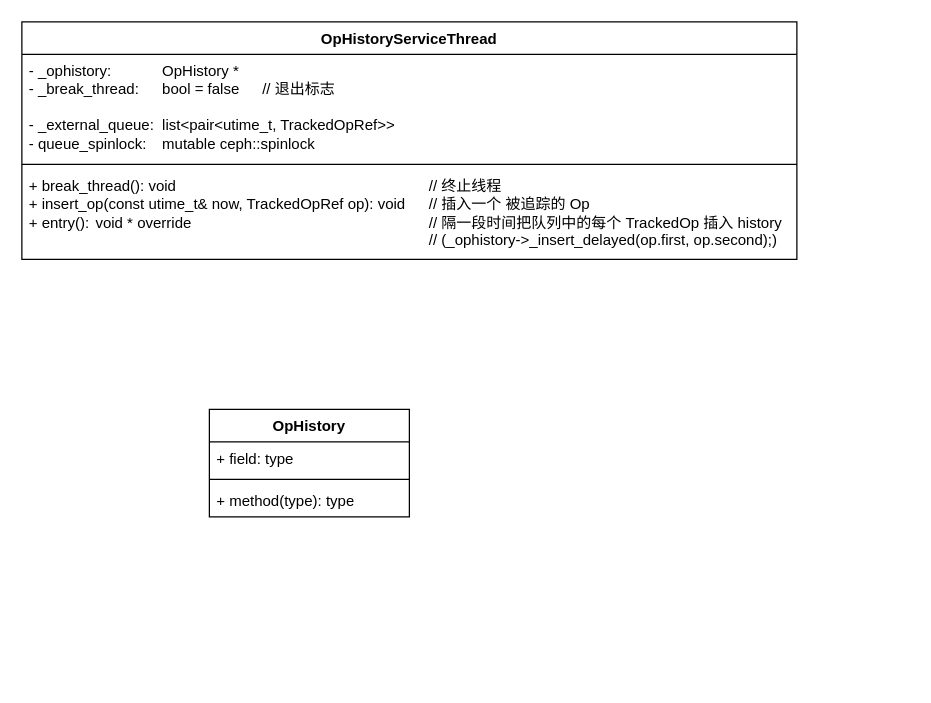
Above: OpTracker.drawio in 1253757553/drawIO (draw.io), before the change. Source tidied: cells renumbered, new cells numbered last; positions are measured from the earlier drawing's top-left corner, leaving out a move shared by most shapes. Both pictures are drawn from the tidied source at 125%, with x=0, y=0 at pixel (21, 21).
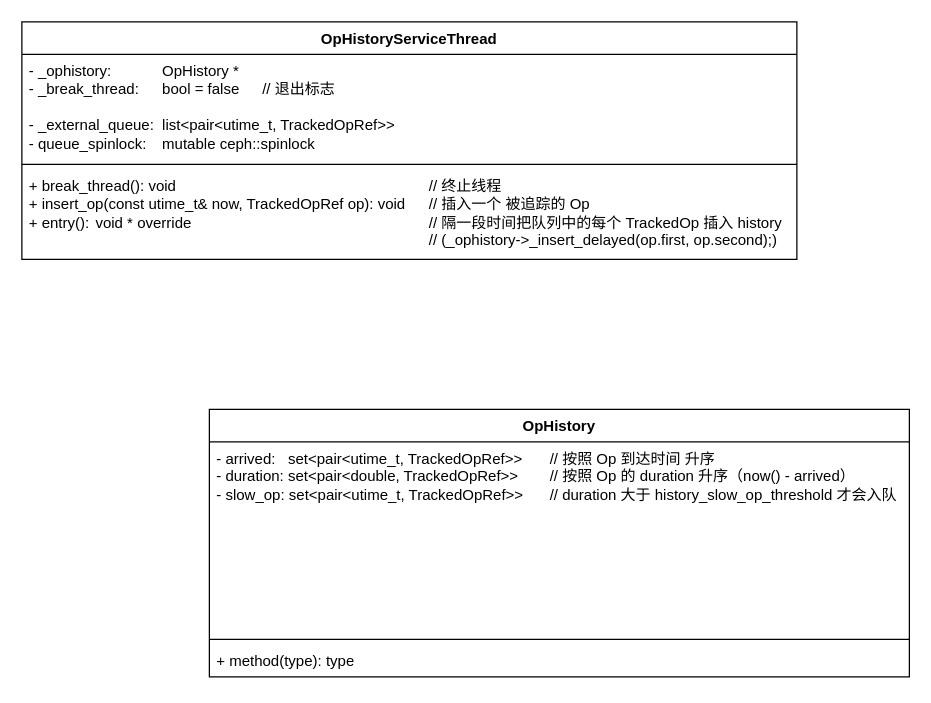
The same diagram, later.

The edit, as a diff of the source:
```diff
@@
 <mxGraphModel>
   <root>
     <mxCell id="0" />
     <mxCell id="1" parent="0" />
     <mxCell id="2" value="OpHistoryServiceThread" style="swimlane;fontStyle=1;align=center;verticalAlign=top;horizontal=1;startSize=26;whiteSpace=wrap;html=1;" parent="1" vertex="1">
       <mxGeometry width="620" height="190" as="geometry" />
     </mxCell>
     <mxCell id="3" value="- _ophistory: &lt;span style=&quot;white-space: pre;&quot;&gt;&#9;&lt;/span&gt;&lt;span style=&quot;white-space: pre;&quot;&gt;&#9;&lt;/span&gt;OpHistory *&lt;div&gt;-&amp;nbsp;_break_thread: &lt;span style=&quot;white-space: pre;&quot;&gt;&#9;&lt;/span&gt;bool = false&lt;span style=&quot;white-space: pre;&quot;&gt;&#9;&lt;/span&gt;// 退出标志&lt;/div&gt;&lt;div&gt;&lt;br&gt;&lt;/div&gt;&lt;div&gt;-&amp;nbsp;_external_queue:&amp;nbsp;&lt;span style=&quot;white-space: pre;&quot;&gt;&#9;&lt;/span&gt;list&amp;lt;pair&amp;lt;utime_t, TrackedOpRef&amp;gt;&amp;gt;&lt;/div&gt;&lt;div&gt;-&amp;nbsp;queue_spinlock:&amp;nbsp;&lt;span style=&quot;white-space: pre;&quot;&gt;&#9;&lt;/span&gt;mutable ceph::spinlock&lt;/div&gt;" style="text;strokeColor=none;fillColor=none;align=left;verticalAlign=top;spacingLeft=4;spacingRight=4;overflow=hidden;whiteSpace=wrap;html=1;" parent="2" vertex="1">
       <mxGeometry y="26" width="620" height="84" as="geometry" />
     </mxCell>
     <mxCell id="4" style="line;strokeWidth=1;fillColor=none;align=left;verticalAlign=middle;spacingTop=-1;spacingLeft=3;spacingRight=3;labelPosition=right;strokeColor=inherit;" parent="2" vertex="1">
       <mxGeometry y="110" width="620" height="8" as="geometry" />
     </mxCell>
     <mxCell id="5" value="+ break_thread(): void&lt;span style=&quot;white-space: pre;&quot;&gt;&#9;&lt;span style=&quot;white-space: pre;&quot;&gt;&#9;&lt;/span&gt;&lt;span style=&quot;white-space: pre;&quot;&gt;&#9;&lt;/span&gt;&lt;span style=&quot;white-space: pre;&quot;&gt;&#9;&lt;/span&gt;&lt;span style=&quot;white-space: pre;&quot;&gt;&#9;&lt;/span&gt;&lt;span style=&quot;white-space: pre;&quot;&gt;&#9;&lt;/span&gt;&lt;span style=&quot;white-space: pre;&quot;&gt;&#9;&lt;/span&gt;&lt;span style=&quot;white-space: pre;&quot;&gt;&#9;&lt;/span&gt;&lt;/span&gt;// 终止线程&lt;div&gt;+ insert_op(const utime_t&amp;amp; now, TrackedOpRef op): void&lt;span style=&quot;white-space: pre;&quot;&gt;&#9;&lt;/span&gt;// 插入一个 被追踪的 Op&lt;/div&gt;&lt;div&gt;+&amp;nbsp;entry():&lt;span style=&quot;white-space: pre;&quot;&gt;&#9;&lt;/span&gt;&lt;span style=&quot;background-color: initial;&quot;&gt;void *&amp;nbsp;&lt;/span&gt;&lt;span style=&quot;background-color: initial;&quot;&gt;override&lt;span style=&quot;white-space: pre;&quot;&gt;&#9;&lt;span style=&quot;white-space: pre;&quot;&gt;&#9;&lt;/span&gt;&lt;span style=&quot;white-space: pre;&quot;&gt;&#9;&lt;/span&gt;&lt;span style=&quot;white-space: pre;&quot;&gt;&#9;&lt;/span&gt;&lt;span style=&quot;white-space: pre;&quot;&gt;&#9;&lt;/span&gt;&lt;span style=&quot;white-space: pre;&quot;&gt;&#9;&lt;/span&gt;&lt;span style=&quot;white-space: pre;&quot;&gt;&#9;&lt;/span&gt;&lt;span style=&quot;white-space: pre;&quot;&gt;&#9;&lt;/span&gt;&lt;/span&gt;// 隔一段时间把队列中的每个&amp;nbsp;&lt;/span&gt;&lt;span style=&quot;background-color: initial;&quot;&gt;TrackedOp 插入 history&amp;nbsp;&lt;/span&gt;&lt;/div&gt;&lt;div&gt;&lt;span style=&quot;background-color: initial;&quot;&gt;&lt;span style=&quot;white-space: pre;&quot;&gt;&#9;&lt;/span&gt;&lt;span style=&quot;white-space: pre;&quot;&gt;&#9;&lt;/span&gt;&lt;span style=&quot;white-space: pre;&quot;&gt;&#9;&lt;/span&gt;&lt;span style=&quot;white-space: pre;&quot;&gt;&#9;&lt;/span&gt;&lt;span style=&quot;white-space: pre;&quot;&gt;&#9;&lt;/span&gt;&lt;span style=&quot;white-space: pre;&quot;&gt;&#9;&lt;/span&gt;&lt;span style=&quot;white-space: pre;&quot;&gt;&#9;&lt;/span&gt;&lt;span style=&quot;white-space: pre;&quot;&gt;&#9;&lt;/span&gt;&lt;span style=&quot;white-space: pre;&quot;&gt;&#9;&lt;/span&gt;&lt;span style=&quot;white-space: pre;&quot;&gt;&#9;&lt;/span&gt;&lt;span style=&quot;white-space: pre;&quot;&gt;&#9;&lt;/span&gt;&lt;span style=&quot;white-space: pre;&quot;&gt;&#9;&lt;/span&gt;// (&lt;/span&gt;&lt;span style=&quot;background-color: initial;&quot;&gt;_ophistory-&amp;gt;_insert_delayed(op.first, op.second);)&lt;/span&gt;&lt;/div&gt;" style="text;strokeColor=none;fillColor=none;align=left;verticalAlign=top;spacingLeft=4;spacingRight=4;overflow=hidden;whiteSpace=wrap;html=1;" parent="2" vertex="1">
       <mxGeometry y="118" width="620" height="72" as="geometry" />
     </mxCell>
     <mxCell id="6" value="OpHistory" style="swimlane;fontStyle=1;align=center;verticalAlign=top;horizontal=1;startSize=26;whiteSpace=wrap;html=1;" parent="1" vertex="1">
-      <mxGeometry x="150" y="310" width="160" height="86" as="geometry" />
+      <mxGeometry x="150" y="310" width="560" height="214" as="geometry" />
     </mxCell>
-    <mxCell id="7" value="+ field: type" style="text;strokeColor=none;fillColor=none;align=left;verticalAlign=top;spacingLeft=4;spacingRight=4;overflow=hidden;whiteSpace=wrap;html=1;" parent="6" vertex="1">
-      <mxGeometry y="26" width="160" height="26" as="geometry" />
+    <mxCell id="7" value="- arrived:&amp;nbsp; &amp;nbsp;set&amp;lt;pair&amp;lt;utime_t, TrackedOpRef&amp;gt;&amp;gt;&lt;span style=&quot;white-space: pre;&quot;&gt;&#9;&lt;/span&gt;// 按照 Op 到达时间 升序&lt;div&gt;- duration:&amp;nbsp;set&amp;lt;pair&amp;lt;double, TrackedOpRef&amp;gt;&amp;gt;&amp;nbsp;&lt;span style=&quot;white-space: pre;&quot;&gt;&#9;&lt;/span&gt;&lt;span style=&quot;background-color: initial;&quot;&gt;//&amp;nbsp;&lt;/span&gt;&lt;span style=&quot;background-color: initial;&quot;&gt;按&lt;/span&gt;&lt;span style=&quot;background-color: initial;&quot;&gt;照 Op 的 duration&amp;nbsp;&lt;/span&gt;&lt;span style=&quot;background-color: initial;&quot;&gt;升序（now() - arrived）&lt;/span&gt;&lt;/div&gt;&lt;div&gt;&lt;span style=&quot;background-color: initial;&quot;&gt;-&amp;nbsp;&lt;/span&gt;&lt;span style=&quot;background-color: initial;&quot;&gt;slow_op:&amp;nbsp;&lt;/span&gt;&lt;span style=&quot;background-color: initial;&quot;&gt;set&amp;lt;pair&amp;lt;utime_t, TrackedOpRef&amp;gt;&amp;gt;&lt;span style=&quot;white-space: pre;&quot;&gt;&#9;&lt;/span&gt;//&amp;nbsp;&lt;/span&gt;&lt;span style=&quot;background-color: initial;&quot;&gt;duration 大于&amp;nbsp;&lt;/span&gt;&lt;span style=&quot;background-color: initial;&quot;&gt;history_slow_op_threshold 才会入队&lt;/span&gt;&lt;/div&gt;" style="text;strokeColor=none;fillColor=none;align=left;verticalAlign=top;spacingLeft=4;spacingRight=4;overflow=hidden;whiteSpace=wrap;html=1;" parent="6" vertex="1">
+      <mxGeometry y="26" width="560" height="154" as="geometry" />
     </mxCell>
     <mxCell id="8" style="line;strokeWidth=1;fillColor=none;align=left;verticalAlign=middle;spacingTop=-1;spacingLeft=3;spacingRight=3;labelPosition=right;strokeColor=inherit;" parent="6" vertex="1">
-      <mxGeometry y="52" width="160" height="8" as="geometry" />
+      <mxGeometry y="180" width="560" height="8" as="geometry" />
     </mxCell>
     <mxCell id="9" value="+ method(type): type" style="text;strokeColor=none;fillColor=none;align=left;verticalAlign=top;spacingLeft=4;spacingRight=4;overflow=hidden;whiteSpace=wrap;html=1;" parent="6" vertex="1">
-      <mxGeometry y="60" width="160" height="26" as="geometry" />
+      <mxGeometry y="188" width="560" height="26" as="geometry" />
     </mxCell>
   </root>
 </mxGraphModel>
```
